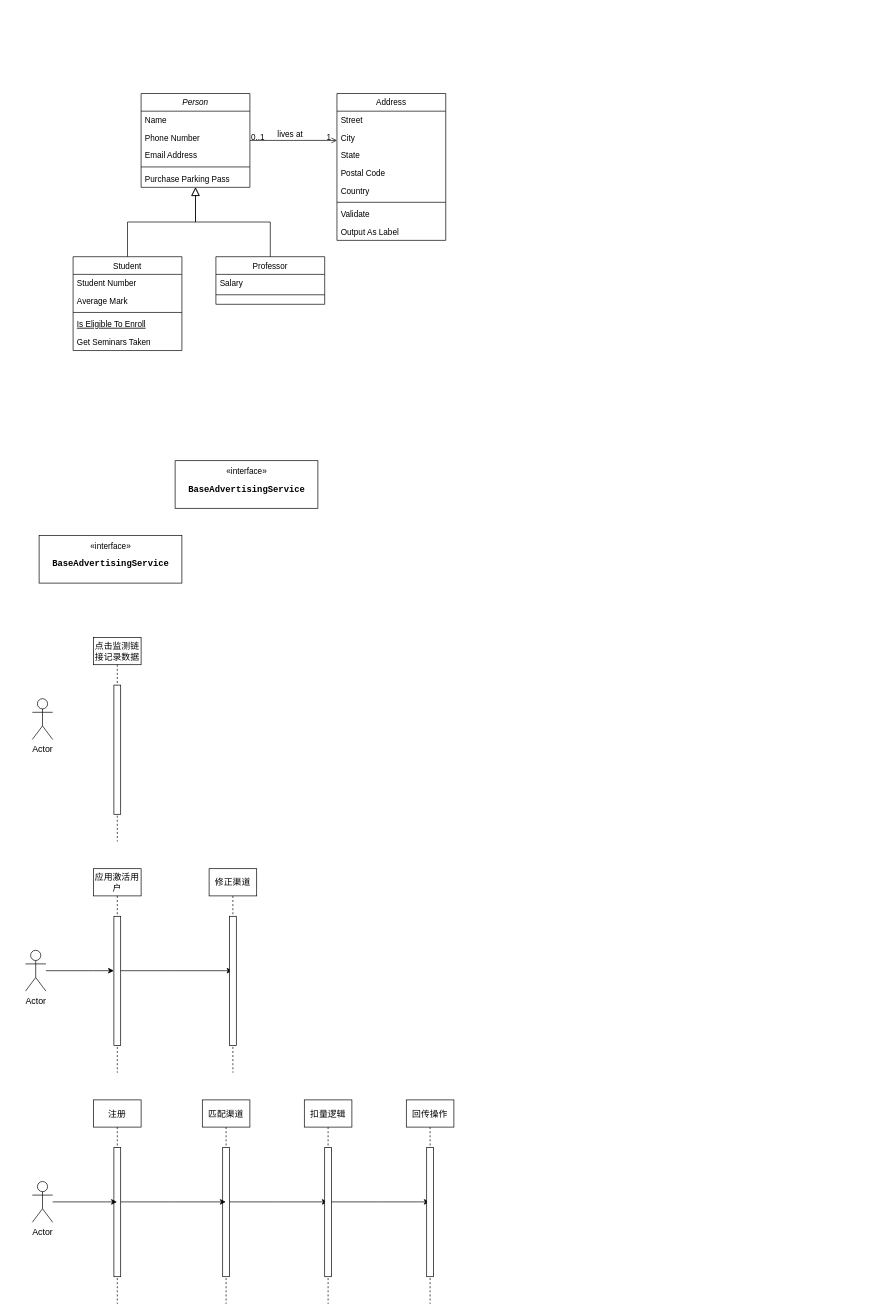
lints123/draw_project keeps this draw.io diagram as 推广平台模式.drawio. Above is the earlier version. Source tidied: cells renumbered, new cells numbered last; positions are measured from the earlier drawing's top-left corner, leaving out a move shared by most shapes. Both pictures are drawn from the tidied source at 68%, with x=0, y=0 at pixel (25, 93).
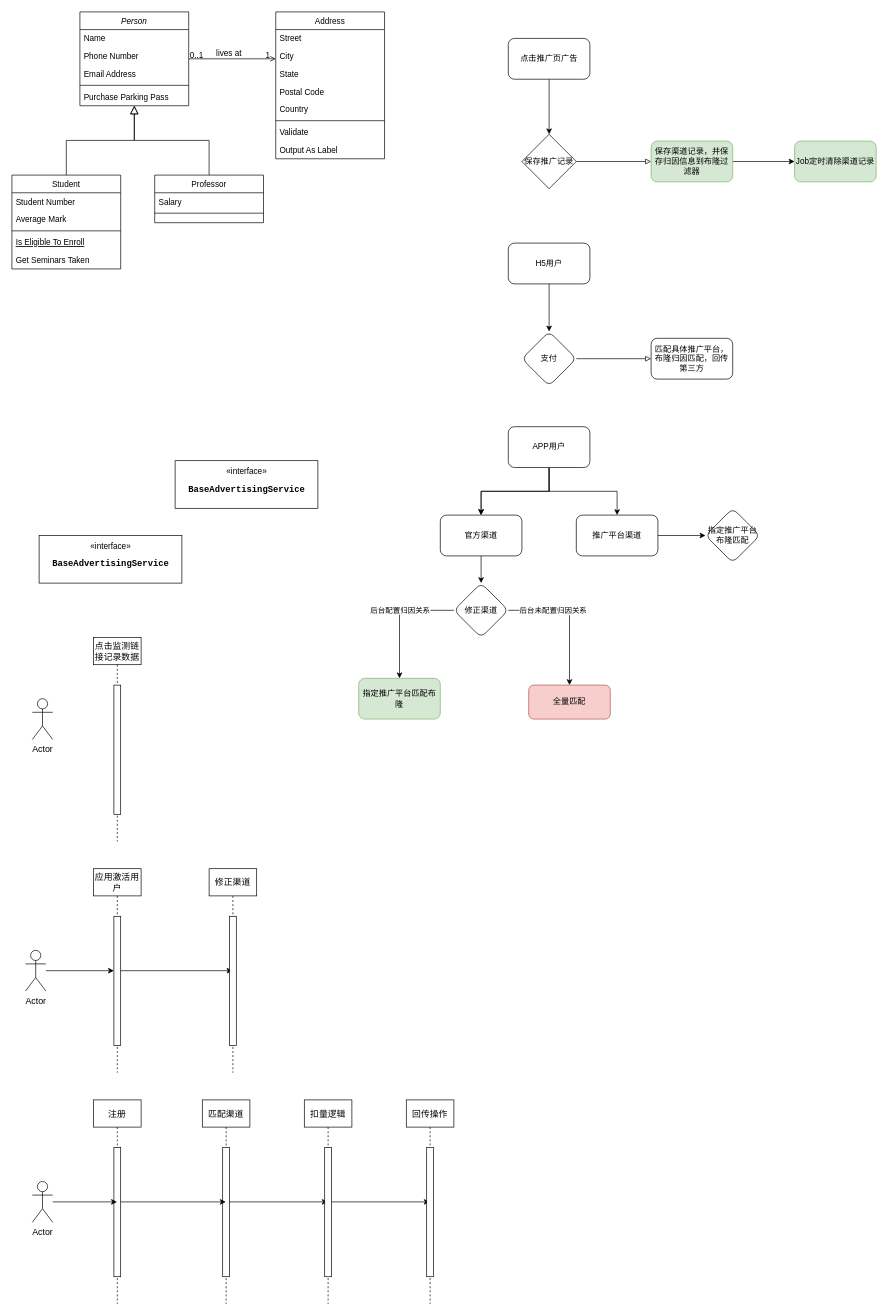
Above is the later version.

Commit message:
更新推广平台模式.drawio

The edit, as a diff of the source:
```diff
@@
     <mxCell id="2" value="Person" style="swimlane;fontStyle=2;align=center;verticalAlign=top;horizontal=1;startSize=26;rounded=0;shadow=0;strokeWidth=1;" parent="1" vertex="1">
-      <mxGeometry x="170" width="160" height="138" as="geometry" />
+      <mxGeometry x="80" y="-120" width="160" height="138" as="geometry" />
     </mxCell>
@@
     <mxCell id="8" value="Student" style="swimlane;fontStyle=0;align=center;verticalAlign=top;horizontal=1;startSize=26;rounded=0;shadow=0;strokeWidth=1;" parent="1" vertex="1">
-      <mxGeometry x="70" y="240" width="160" height="138" as="geometry" />
+      <mxGeometry x="-20" y="120" width="160" height="138" as="geometry" />
     </mxCell>
@@
     <mxCell id="15" value="Professor" style="swimlane;fontStyle=0;align=center;verticalAlign=top;horizontal=1;startSize=26;rounded=0;shadow=0;strokeWidth=1;" parent="1" vertex="1">
-      <mxGeometry x="280" y="240" width="160" height="70" as="geometry" />
+      <mxGeometry x="190" y="120" width="160" height="70" as="geometry" />
     </mxCell>
@@
     <mxCell id="19" value="Address" style="swimlane;fontStyle=0;align=center;verticalAlign=top;horizontal=1;startSize=26;rounded=0;shadow=0;strokeWidth=1;" parent="1" vertex="1">
-      <mxGeometry x="458" width="160" height="216" as="geometry" />
+      <mxGeometry x="368" y="-120" width="160" height="216" as="geometry" />
     </mxCell>
@@
+    <mxCell id="57" style="edgeStyle=orthogonalEdgeStyle;rounded=0;jettySize=auto;html=1;endArrow=block;endFill=0;" parent="1" edge="1" source="58" target="62">
+      <mxGeometry relative="1" as="geometry" />
+    </mxCell>
+    <mxCell id="58" value="保存推广记录" style="rhombus;whiteSpace=wrap;html=1;" parent="1" vertex="1">
+      <mxGeometry x="730" y="60" width="80" height="80" as="geometry" />
+    </mxCell>
+    <mxCell id="59" style="edgeStyle=orthogonalEdgeStyle;rounded=0;jettySize=auto;html=1;exitX=0.5;exitY=1;exitDx=0;exitDy=0;" parent="1" edge="1" source="60" target="58">
+      <mxGeometry relative="1" as="geometry" />
+    </mxCell>
+    <mxCell id="60" value="点击推广页广告" style="rounded=1;whiteSpace=wrap;html=1;" parent="1" vertex="1">
+      <mxGeometry x="710" y="-81" width="120" height="60" as="geometry" />
+    </mxCell>
+    <mxCell id="61" style="edgeStyle=orthogonalEdgeStyle;rounded=0;jettySize=auto;html=1;" parent="1" edge="1" source="62" target="63">
+      <mxGeometry relative="1" as="geometry" />
+    </mxCell>
+    <mxCell id="62" value="保存渠道记录，并保存归因信息到布隆过滤器" style="rounded=1;whiteSpace=wrap;html=1;fillColor=#d5e8d4;strokeColor=#82b366;" parent="1" vertex="1">
+      <mxGeometry x="920" y="70" width="120" height="60" as="geometry" />
+    </mxCell>
+    <mxCell id="63" value="Job定时清除渠道记录" style="whiteSpace=wrap;html=1;rounded=1;fillColor=#d5e8d4;strokeColor=#82b366;" parent="1" vertex="1">
+      <mxGeometry x="1131" y="70" width="120" height="60" as="geometry" />
+    </mxCell>
+    <mxCell id="64" style="edgeStyle=orthogonalEdgeStyle;rounded=0;jettySize=auto;html=1;" parent="1" edge="1" source="65" target="67">
+      <mxGeometry relative="1" as="geometry" />
+    </mxCell>
+    <mxCell id="65" value="H5用户" style="rounded=1;whiteSpace=wrap;html=1;" parent="1" vertex="1">
+      <mxGeometry x="710" y="220" width="120" height="60" as="geometry" />
+    </mxCell>
+    <mxCell id="66" style="edgeStyle=orthogonalEdgeStyle;rounded=0;jettySize=auto;html=1;endArrow=block;endFill=0;" parent="1" edge="1" source="67" target="68">
+      <mxGeometry relative="1" as="geometry" />
+    </mxCell>
+    <mxCell id="67" value="支付" style="rhombus;whiteSpace=wrap;html=1;rounded=1;" parent="1" vertex="1">
+      <mxGeometry x="730" y="350" width="80" height="80" as="geometry" />
+    </mxCell>
+    <mxCell id="68" value="匹配具体推广平台，布隆归因匹配，回传第三方" style="whiteSpace=wrap;html=1;rounded=1;" parent="1" vertex="1">
+      <mxGeometry x="920" y="360" width="120" height="60" as="geometry" />
+    </mxCell>
+    <mxCell id="69" style="edgeStyle=orthogonalEdgeStyle;rounded=0;jettySize=auto;html=1;" parent="1" edge="1" source="72" target="79">
+      <mxGeometry relative="1" as="geometry" />
+    </mxCell>
+    <mxCell id="70" style="edgeStyle=orthogonalEdgeStyle;rounded=0;jettySize=auto;html=1;" parent="1" edge="1" source="72" target="79">
+      <mxGeometry relative="1" as="geometry" />
+    </mxCell>
+    <mxCell id="71" style="edgeStyle=orthogonalEdgeStyle;rounded=0;jettySize=auto;html=1;" parent="1" edge="1" source="72" target="82">
+      <mxGeometry relative="1" as="geometry" />
+    </mxCell>
+    <mxCell id="72" value="APP用户" style="rounded=1;whiteSpace=wrap;html=1;" parent="1" vertex="1">
+      <mxGeometry x="710" y="490" width="120" height="60" as="geometry" />
+    </mxCell>
+    <mxCell id="73" style="edgeStyle=orthogonalEdgeStyle;rounded=0;jettySize=auto;html=1;exitX=0.5;exitY=1;exitDx=0;exitDy=0;" parent="1" edge="1" source="79" target="77">
+      <mxGeometry relative="1" as="geometry" />
+    </mxCell>
+    <mxCell id="74" value="后台配置归因关系" style="edgeStyle=orthogonalEdgeStyle;rounded=0;jettySize=auto;html=1;" parent="1" edge="1" source="77" target="78">
+      <mxGeometry x="-0.12" relative="1" as="geometry" />
+    </mxCell>
+    <mxCell id="75" style="edgeStyle=orthogonalEdgeStyle;rounded=0;jettySize=auto;html=1;" parent="1" edge="1" source="77" target="80">
+      <mxGeometry relative="1" as="geometry">
+        <Array as="points">
+          <mxPoint x="800" y="760" />
+        </Array>
+      </mxGeometry>
+    </mxCell>
+    <mxCell id="76" value="后台未配置归因关系" style="edgeLabel;html=1;align=center;verticalAlign=middle;" parent="75" vertex="1">
+      <mxGeometry x="-0.35" relative="1" as="geometry" />
+    </mxCell>
+    <mxCell id="77" value="修正渠道" style="rhombus;whiteSpace=wrap;html=1;rounded=1;" parent="1" vertex="1">
+      <mxGeometry x="630" y="720" width="80" height="80" as="geometry" />
+    </mxCell>
+    <mxCell id="78" value="指定推广平台匹配布隆" style="whiteSpace=wrap;html=1;rounded=1;fillColor=#d5e8d4;strokeColor=#82b366;" parent="1" vertex="1">
+      <mxGeometry x="490" y="860" width="120" height="60" as="geometry" />
+    </mxCell>
+    <mxCell id="79" value="官方渠道" style="rounded=1;whiteSpace=wrap;html=1;" parent="1" vertex="1">
+      <mxGeometry x="610" y="620" width="120" height="60" as="geometry" />
+    </mxCell>
+    <mxCell id="80" value="全量匹配" style="whiteSpace=wrap;html=1;rounded=1;fillColor=#f8cecc;strokeColor=#b85450;" parent="1" vertex="1">
+      <mxGeometry x="740" y="870" width="120" height="50" as="geometry" />
+    </mxCell>
+    <mxCell id="81" style="edgeStyle=orthogonalEdgeStyle;rounded=0;jettySize=auto;html=1;" parent="1" edge="1" source="82" target="83">
+      <mxGeometry relative="1" as="geometry" />
+    </mxCell>
+    <mxCell id="82" value="推广平台渠道" style="whiteSpace=wrap;html=1;rounded=1;" parent="1" vertex="1">
+      <mxGeometry x="810" y="620" width="120" height="60" as="geometry" />
+    </mxCell>
+    <mxCell id="83" value="指定推广平台布隆匹配" style="rhombus;whiteSpace=wrap;html=1;rounded=1;" parent="1" vertex="1">
+      <mxGeometry x="1000" y="610" width="80" height="80" as="geometry" />
+    </mxCell>
```
